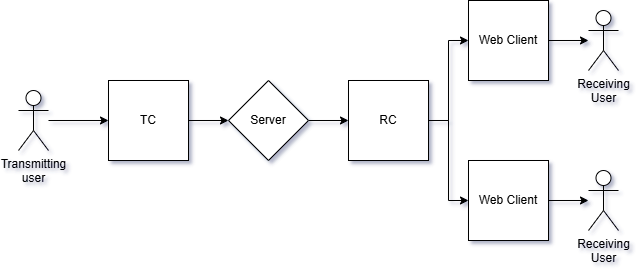
Ophirky/ACE keeps this draw.io diagram as Docs/Book/Charts/flowcharts/minimized-architecture-flowchart.drawio.png. Above is the earlier version. Source tidied: cells renumbered, new cells last; positions are measured from the earlier drawing's top-left corner, leaving out a move shared by most shapes.
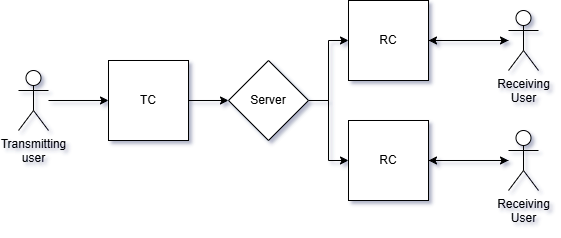
After the change.

Diff of the diagram source:
```diff
@@ -14,38 +14,38 @@
     <mxCell id="5" value="TC" style="whiteSpace=wrap;html=1;" parent="1" vertex="1">
       <mxGeometry x="90" y="80" width="80" height="80" as="geometry" />
     </mxCell>
-    <mxCell id="6" style="edgeStyle=orthogonalEdgeStyle;rounded=0;jettySize=auto;html=1;" parent="1" edge="1" source="8" target="12">
-      <mxGeometry relative="1" as="geometry" />
-    </mxCell>
-    <mxCell id="7" style="edgeStyle=orthogonalEdgeStyle;rounded=0;jettySize=auto;html=1;entryX=0;entryY=0.5;entryDx=0;entryDy=0;" parent="1" edge="1" source="8" target="14">
-      <mxGeometry relative="1" as="geometry" />
-    </mxCell>
+    <mxCell id="17" style="edgeStyle=orthogonalEdgeStyle;rounded=0;jettySize=auto;html=1;" parent="1" edge="1" source="8" target="15">
+      <mxGeometry relative="1" as="geometry" />
+    </mxCell>
     <mxCell id="8" value="RC" style="whiteSpace=wrap;html=1;" parent="1" vertex="1">
-      <mxGeometry x="330" y="80" width="80" height="80" as="geometry" />
+      <mxGeometry x="330" y="20" width="80" height="80" as="geometry" />
     </mxCell>
     <mxCell id="9" style="edgeStyle=orthogonalEdgeStyle;rounded=0;jettySize=auto;html=1;" parent="1" edge="1" source="10" target="8">
       <mxGeometry relative="1" as="geometry" />
     </mxCell>
+    <mxCell id="18" style="edgeStyle=orthogonalEdgeStyle;rounded=0;jettySize=auto;html=1;entryX=0;entryY=0.5;entryDx=0;entryDy=0;" parent="1" edge="1" source="10" target="22">
+      <mxGeometry relative="1" as="geometry" />
+    </mxCell>
     <mxCell id="10" value="Server" style="rhombus;whiteSpace=wrap;html=1;" parent="1" vertex="1">
       <mxGeometry x="210" y="80" width="80" height="80" as="geometry" />
     </mxCell>
-    <mxCell id="11" style="edgeStyle=orthogonalEdgeStyle;rounded=0;jettySize=auto;html=1;" parent="1" edge="1" source="12" target="15">
-      <mxGeometry relative="1" as="geometry" />
-    </mxCell>
-    <mxCell id="12" value="Web Client" style="whiteSpace=wrap;html=1;" parent="1" vertex="1">
-      <mxGeometry x="450" width="80" height="80" as="geometry" />
-    </mxCell>
-    <mxCell id="13" style="edgeStyle=orthogonalEdgeStyle;rounded=0;jettySize=auto;html=1;" parent="1" edge="1" source="14" target="16">
-      <mxGeometry relative="1" as="geometry" />
-    </mxCell>
-    <mxCell id="14" value="Web Client" style="whiteSpace=wrap;html=1;" parent="1" vertex="1">
-      <mxGeometry x="450" y="160" width="80" height="80" as="geometry" />
-    </mxCell>
+    <mxCell id="19" style="edgeStyle=orthogonalEdgeStyle;rounded=0;jettySize=auto;html=1;entryX=1;entryY=0.5;entryDx=0;entryDy=0;" parent="1" edge="1" source="15" target="8">
+      <mxGeometry relative="1" as="geometry" />
+    </mxCell>
     <mxCell id="15" value="Receiving&lt;div&gt;User&lt;/div&gt;" style="shape=umlActor;verticalLabelPosition=bottom;verticalAlign=top;html=1;outlineConnect=0;" parent="1" vertex="1">
-      <mxGeometry x="570" y="10" width="30" height="60" as="geometry" />
+      <mxGeometry x="490" y="30" width="30" height="60" as="geometry" />
     </mxCell>
+    <mxCell id="20" style="edgeStyle=orthogonalEdgeStyle;rounded=0;jettySize=auto;html=1;entryX=1;entryY=0.5;entryDx=0;entryDy=0;" parent="1" edge="1" source="16" target="22">
+      <mxGeometry relative="1" as="geometry" />
+    </mxCell>
     <mxCell id="16" value="Receiving&lt;div&gt;User&lt;/div&gt;" style="shape=umlActor;verticalLabelPosition=bottom;verticalAlign=top;html=1;outlineConnect=0;" parent="1" vertex="1">
-      <mxGeometry x="570" y="170" width="30" height="60" as="geometry" />
+      <mxGeometry x="490" y="150" width="30" height="60" as="geometry" />
     </mxCell>
+    <mxCell id="21" style="edgeStyle=orthogonalEdgeStyle;rounded=0;jettySize=auto;html=1;" parent="1" edge="1" source="22" target="16">
+      <mxGeometry relative="1" as="geometry" />
+    </mxCell>
+    <mxCell id="22" value="RC" style="whiteSpace=wrap;html=1;" parent="1" vertex="1">
+      <mxGeometry x="330" y="140" width="80" height="80" as="geometry" />
+    </mxCell>
   </root>
 </mxGraphModel>
```
